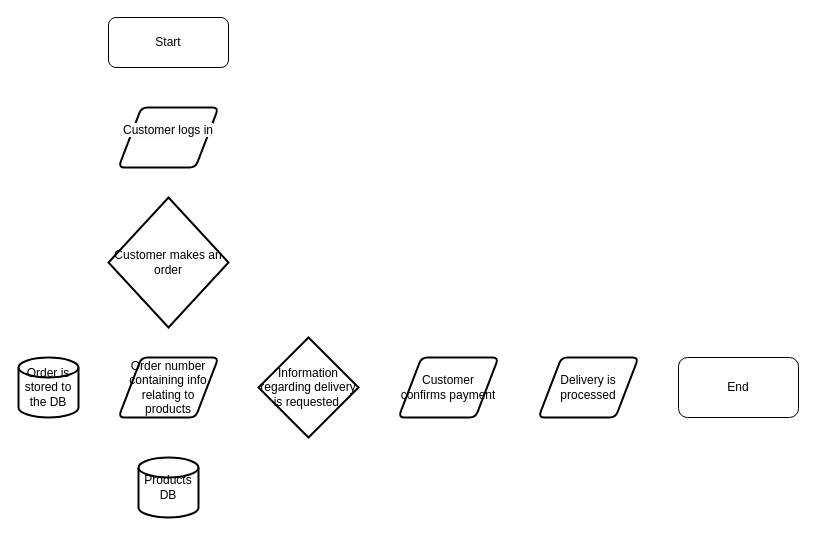
Earlier version of the draw.io diagram Untitled Diagram.drawio (FlynnCoughlan/testactivity2). Source tidied: cells renumbered, new cells numbered last; positions are measured from the earlier drawing's top-left corner, leaving out a move shared by most shapes. Both pictures are drawn from the tidied source at 100%, with x=0, y=0 at pixel (18, 17).
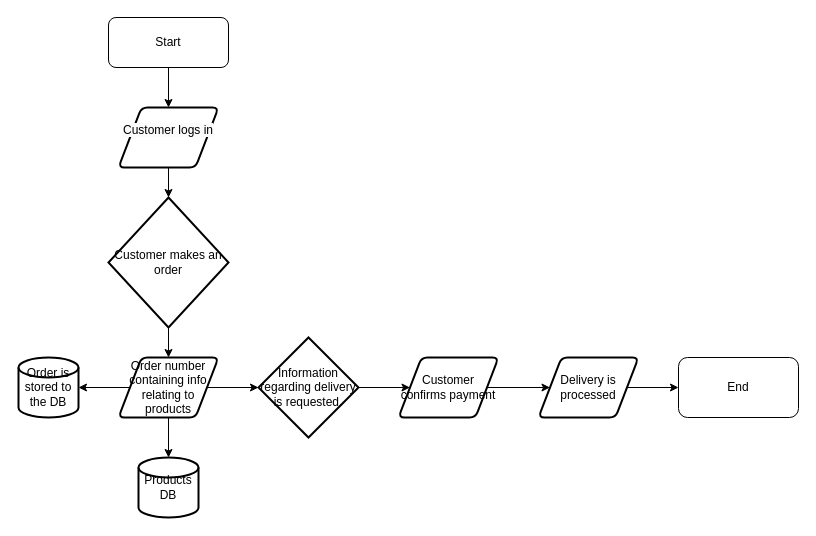
After the change.

Unchanged cells that the change refers to:
```xml
<mxCell id="2" value="&#10;&lt;span style=&quot;color: rgb(0, 0, 0); font-family: Helvetica; font-size: 12px; font-style: normal; font-variant-ligatures: normal; font-variant-caps: normal; font-weight: 400; letter-spacing: normal; orphans: 2; text-align: center; text-indent: 0px; text-transform: none; widows: 2; word-spacing: 0px; -webkit-text-stroke-width: 0px; white-space: normal; background-color: rgb(251, 251, 251); text-decoration-thickness: initial; text-decoration-style: initial; text-decoration-color: initial; display: inline !important; float: none;&quot;&gt;Customer logs in&lt;/span&gt;&#10;&#10;" style="shape=parallelogram;html=1;strokeWidth=2;perimeter=parallelogramPerimeter;whiteSpace=wrap;rounded=1;arcSize=12;size=0.23;" parent="1" vertex="1">
  <mxGeometry x="100" y="90" width="100" height="60" as="geometry" />
</mxCell>
<mxCell id="3" value="Customer makes an order" style="strokeWidth=2;html=1;shape=mxgraph.flowchart.decision;whiteSpace=wrap;" parent="1" vertex="1">
  <mxGeometry x="90" y="180" width="120" height="130" as="geometry" />
</mxCell>
<mxCell id="4" value="Order is stored to the DB" style="strokeWidth=2;html=1;shape=mxgraph.flowchart.database;whiteSpace=wrap;" parent="1" vertex="1">
  <mxGeometry y="340" width="60" height="60" as="geometry" />
</mxCell>
<mxCell id="5" value="Order number containing info relating to products" style="shape=parallelogram;html=1;strokeWidth=2;perimeter=parallelogramPerimeter;whiteSpace=wrap;rounded=1;arcSize=12;size=0.23;" parent="1" vertex="1">
  <mxGeometry x="100" y="340" width="100" height="60" as="geometry" />
</mxCell>
<mxCell id="6" value="Products DB" style="strokeWidth=2;html=1;shape=mxgraph.flowchart.database;whiteSpace=wrap;" parent="1" vertex="1">
  <mxGeometry x="120" y="440" width="60" height="60" as="geometry" />
</mxCell>
<mxCell id="7" value="Information regarding delivery is requested." style="strokeWidth=2;html=1;shape=mxgraph.flowchart.decision;whiteSpace=wrap;" parent="1" vertex="1">
  <mxGeometry x="240" y="320" width="100" height="100" as="geometry" />
</mxCell>
<mxCell id="8" value="Customer confirms payment" style="shape=parallelogram;html=1;strokeWidth=2;perimeter=parallelogramPerimeter;whiteSpace=wrap;rounded=1;arcSize=12;size=0.23;" parent="1" vertex="1">
  <mxGeometry x="380" y="340" width="100" height="60" as="geometry" />
</mxCell>
<mxCell id="9" value="Delivery is processed" style="shape=parallelogram;html=1;strokeWidth=2;perimeter=parallelogramPerimeter;whiteSpace=wrap;rounded=1;arcSize=12;size=0.23;" parent="1" vertex="1">
  <mxGeometry x="520" y="340" width="100" height="60" as="geometry" />
</mxCell>
<mxCell id="10" value="Start" style="rounded=1;whiteSpace=wrap;html=1;" parent="1" vertex="1">
  <mxGeometry x="90" width="120" height="50" as="geometry" />
</mxCell>
<mxCell id="11" value="End" style="rounded=1;whiteSpace=wrap;html=1;" parent="1" vertex="1">
  <mxGeometry x="660" y="340" width="120" height="60" as="geometry" />
</mxCell>
```

Diff of the diagram source:
```diff
@@
+    <mxCell id="12" style="edgeStyle=orthogonalEdgeStyle;rounded=0;jettySize=auto;html=1;exitX=0.5;exitY=1;exitDx=0;exitDy=0;exitPerimeter=0;entryX=0.5;entryY=0;entryDx=0;entryDy=0;" parent="1" edge="1" source="3" target="5">
+      <mxGeometry relative="1" as="geometry" />
+    </mxCell>
@@
+    <mxCell id="13" style="edgeStyle=orthogonalEdgeStyle;rounded=0;jettySize=auto;html=1;exitX=1;exitY=0.5;exitDx=0;exitDy=0;exitPerimeter=0;entryX=0;entryY=0.5;entryDx=0;entryDy=0;" parent="1" edge="1" source="7" target="8">
+      <mxGeometry relative="1" as="geometry" />
+    </mxCell>
@@
+    <mxCell id="14" style="edgeStyle=orthogonalEdgeStyle;rounded=0;jettySize=auto;html=1;exitX=1;exitY=0.5;exitDx=0;exitDy=0;entryX=0;entryY=0.5;entryDx=0;entryDy=0;" parent="1" edge="1" source="8" target="9">
+      <mxGeometry relative="1" as="geometry" />
+    </mxCell>
@@
+    <mxCell id="15" style="edgeStyle=orthogonalEdgeStyle;rounded=0;jettySize=auto;html=1;exitX=1;exitY=0.5;exitDx=0;exitDy=0;entryX=0;entryY=0.5;entryDx=0;entryDy=0;" parent="1" edge="1" source="9" target="11">
+      <mxGeometry relative="1" as="geometry" />
+    </mxCell>
@@
+    <mxCell id="16" style="edgeStyle=orthogonalEdgeStyle;rounded=0;jettySize=auto;html=1;exitX=0.5;exitY=1;exitDx=0;exitDy=0;entryX=0.5;entryY=0;entryDx=0;entryDy=0;" parent="1" edge="1" source="10" target="2">
+      <mxGeometry relative="1" as="geometry" />
+    </mxCell>
@@
+    <mxCell id="17" style="edgeStyle=orthogonalEdgeStyle;rounded=0;jettySize=auto;html=1;entryX=0.5;entryY=0;entryDx=0;entryDy=0;entryPerimeter=0;" parent="1" edge="1" source="2" target="3">
+      <mxGeometry relative="1" as="geometry" />
+    </mxCell>
+    <mxCell id="18" style="edgeStyle=orthogonalEdgeStyle;rounded=0;jettySize=auto;html=1;entryX=1;entryY=0.5;entryDx=0;entryDy=0;entryPerimeter=0;" parent="1" edge="1" source="5" target="4">
+      <mxGeometry relative="1" as="geometry" />
+    </mxCell>
+    <mxCell id="19" style="edgeStyle=orthogonalEdgeStyle;rounded=0;jettySize=auto;html=1;exitX=0.5;exitY=1;exitDx=0;exitDy=0;entryX=0.5;entryY=0;entryDx=0;entryDy=0;entryPerimeter=0;" parent="1" edge="1" source="5" target="6">
+      <mxGeometry relative="1" as="geometry" />
+    </mxCell>
+    <mxCell id="20" style="edgeStyle=orthogonalEdgeStyle;rounded=0;jettySize=auto;html=1;exitX=1;exitY=0.5;exitDx=0;exitDy=0;entryX=0;entryY=0.5;entryDx=0;entryDy=0;entryPerimeter=0;" parent="1" edge="1" source="5" target="7">
+      <mxGeometry relative="1" as="geometry" />
+    </mxCell>
```
